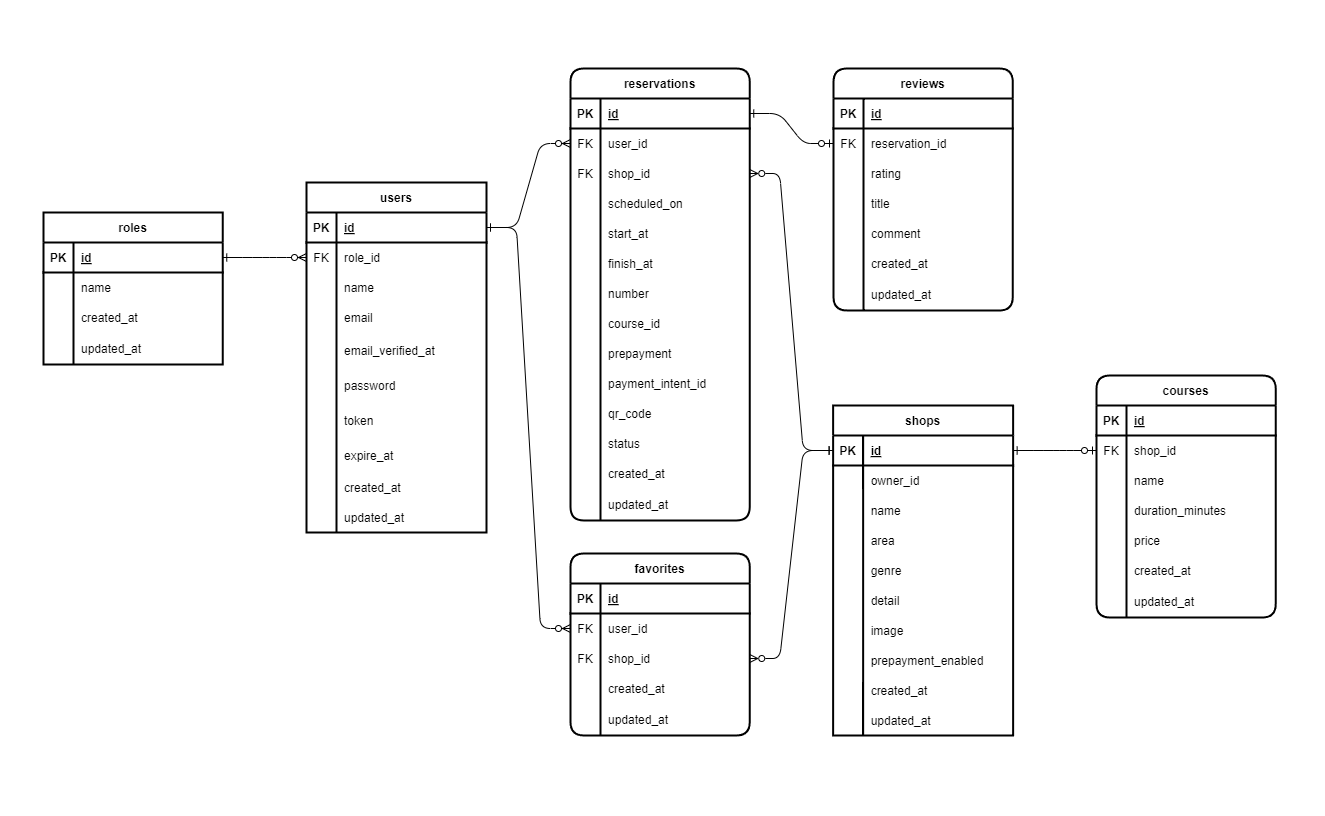
The draw.io diagram er_rese.png in YoshidaChiharu/Rese_20250316, before a commit. Source tidied: cells renumbered, new cells last; positions are measured from the earlier drawing's top-left corner, leaving out a move shared by most shapes.
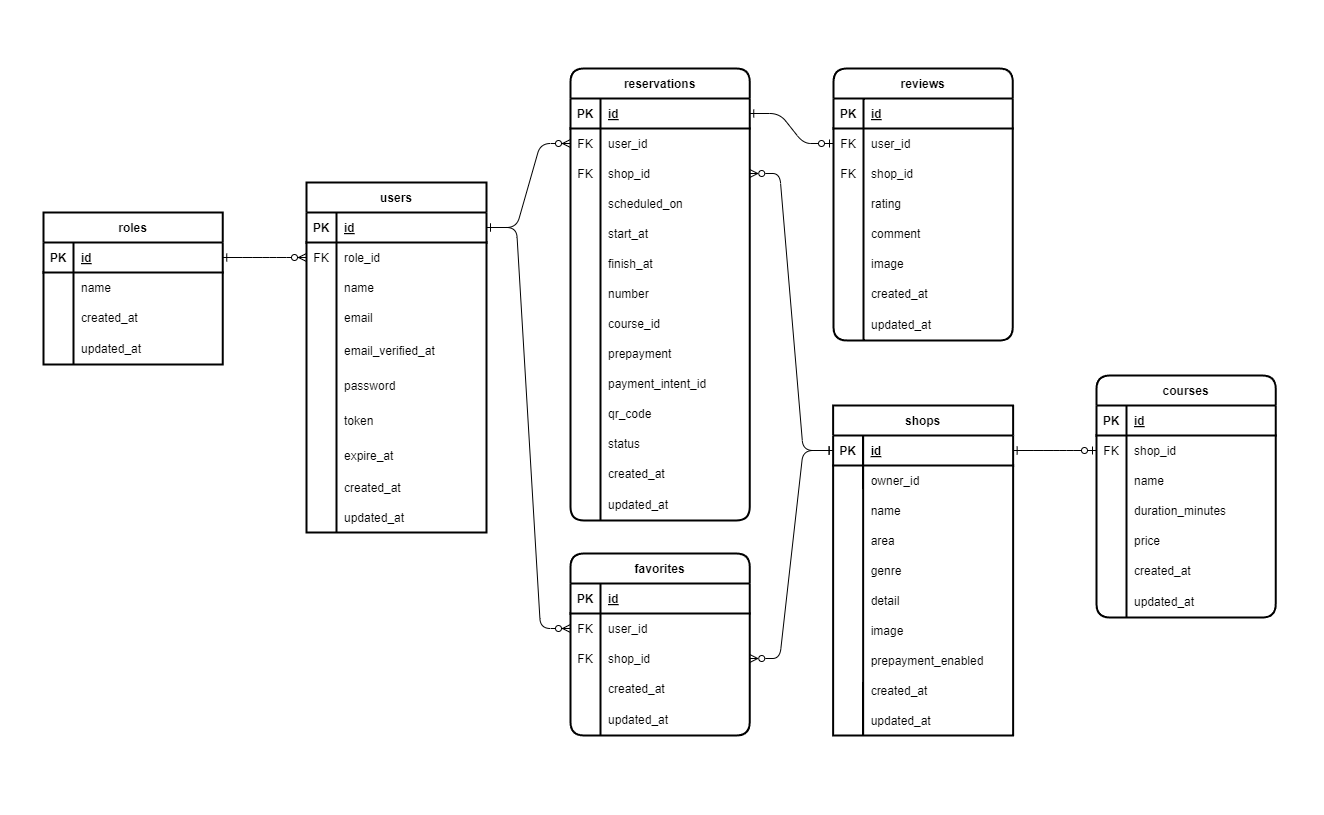
The same diagram one commit later.

Change to the diagram source:
```diff
@@ -381,7 +381,7 @@
       <mxGeometry relative="1" as="geometry" />
     </mxCell>
     <mxCell id="128" value="reviews" style="shape=table;startSize=30;rowLines=0;fontStyle=1;align=center;strokeColor=#000000;strokeWidth=2;fontColor=#000000;fillColor=none;rounded=1;swimlaneLine=1;" parent="1" vertex="1">
-      <mxGeometry x="833" y="68" width="179.2" height="242" as="geometry" />
+      <mxGeometry x="833" y="68" width="179.2" height="272" as="geometry" />
     </mxCell>
     <mxCell id="129" style="shape=tableRow;horizontal=0;startSize=0;swimlaneHead=0;swimlaneBody=0;fillColor=none;top=0;left=0;right=0;bottom=1;strokeColor=#000000;strokeWidth=2;fontColor=#000000;" parent="128" vertex="1">
       <mxGeometry y="30" width="179.2" height="30" as="geometry" />
@@ -398,11 +398,20 @@
     <mxCell id="133" value="FK" style="shape=partialRectangle;fillColor=none;top=0;left=0;bottom=0;right=0;overflow=hidden;strokeColor=#000000;strokeWidth=2;fontColor=#000000;" parent="132" vertex="1">
       <mxGeometry width="30" height="30" as="geometry" />
     </mxCell>
-    <mxCell id="134" value="reservation_id" style="shape=partialRectangle;fillColor=none;top=0;left=0;bottom=0;right=0;align=left;spacingLeft=6;overflow=hidden;strokeColor=#000000;strokeWidth=2;fontColor=#000000;" parent="132" vertex="1">
+    <mxCell id="134" value="user_id" style="shape=partialRectangle;fillColor=none;top=0;left=0;bottom=0;right=0;align=left;spacingLeft=6;overflow=hidden;strokeColor=#000000;strokeWidth=2;fontColor=#000000;" parent="132" vertex="1">
       <mxGeometry x="30" width="149.2" height="30" as="geometry" />
     </mxCell>
+    <mxCell id="188" style="shape=tableRow;horizontal=0;startSize=0;swimlaneHead=0;swimlaneBody=0;fillColor=none;top=0;left=0;right=0;bottom=0;strokeColor=#000000;strokeWidth=2;fontColor=#000000;" parent="128" vertex="1">
+      <mxGeometry y="90" width="179.2" height="30" as="geometry" />
+    </mxCell>
+    <mxCell id="189" value="FK" style="shape=partialRectangle;fillColor=none;top=0;left=0;bottom=0;right=0;overflow=hidden;strokeColor=#000000;strokeWidth=2;fontColor=#000000;" parent="188" vertex="1">
+      <mxGeometry width="30" height="30" as="geometry" />
+    </mxCell>
+    <mxCell id="190" value="shop_id" style="shape=partialRectangle;fillColor=none;top=0;left=0;bottom=0;right=0;align=left;spacingLeft=6;overflow=hidden;strokeColor=#000000;strokeWidth=2;fontColor=#000000;" parent="188" vertex="1">
+      <mxGeometry x="30" width="149.2" height="30" as="geometry" />
+    </mxCell>
     <mxCell id="135" style="shape=tableRow;horizontal=0;startSize=0;swimlaneHead=0;swimlaneBody=0;fillColor=none;top=0;left=0;right=0;bottom=0;strokeColor=#000000;strokeWidth=2;fontColor=#000000;" parent="128" vertex="1">
-      <mxGeometry y="90" width="179.2" height="30" as="geometry" />
+      <mxGeometry y="120" width="179.2" height="30" as="geometry" />
     </mxCell>
     <mxCell id="136" style="shape=partialRectangle;fillColor=none;top=0;left=0;bottom=0;right=0;overflow=hidden;strokeColor=#000000;strokeWidth=2;fontColor=#000000;" parent="135" vertex="1">
       <mxGeometry width="30" height="30" as="geometry" />
@@ -411,25 +420,25 @@
       <mxGeometry x="30" width="149.2" height="30" as="geometry" />
     </mxCell>
     <mxCell id="138" style="shape=tableRow;horizontal=0;startSize=0;swimlaneHead=0;swimlaneBody=0;fillColor=none;top=0;left=0;right=0;bottom=0;strokeColor=#000000;strokeWidth=2;fontColor=#000000;" parent="128" vertex="1">
-      <mxGeometry y="120" width="179.2" height="30" as="geometry" />
+      <mxGeometry y="150" width="179.2" height="30" as="geometry" />
     </mxCell>
     <mxCell id="139" style="shape=partialRectangle;fillColor=none;top=0;left=0;bottom=0;right=0;overflow=hidden;strokeColor=#000000;strokeWidth=2;fontColor=#000000;" parent="138" vertex="1">
       <mxGeometry width="30" height="30" as="geometry" />
     </mxCell>
-    <mxCell id="140" value="title" style="shape=partialRectangle;fillColor=none;top=0;left=0;bottom=0;right=0;align=left;spacingLeft=6;overflow=hidden;strokeColor=#000000;strokeWidth=2;fontColor=#000000;" parent="138" vertex="1">
+    <mxCell id="140" value="comment" style="shape=partialRectangle;fillColor=none;top=0;left=0;bottom=0;right=0;align=left;spacingLeft=6;overflow=hidden;strokeColor=#000000;strokeWidth=2;fontColor=#000000;" parent="138" vertex="1">
       <mxGeometry x="30" width="149.2" height="30" as="geometry" />
     </mxCell>
     <mxCell id="141" style="shape=tableRow;horizontal=0;startSize=0;swimlaneHead=0;swimlaneBody=0;fillColor=none;top=0;left=0;right=0;bottom=0;strokeColor=#000000;strokeWidth=2;fontColor=#000000;" parent="128" vertex="1">
-      <mxGeometry y="150" width="179.2" height="30" as="geometry" />
+      <mxGeometry y="180" width="179.2" height="30" as="geometry" />
     </mxCell>
     <mxCell id="142" style="shape=partialRectangle;fillColor=none;top=0;left=0;bottom=0;right=0;overflow=hidden;strokeColor=#000000;strokeWidth=2;fontColor=#000000;" parent="141" vertex="1">
       <mxGeometry width="30" height="30" as="geometry" />
     </mxCell>
-    <mxCell id="143" value="comment" style="shape=partialRectangle;fillColor=none;top=0;left=0;bottom=0;right=0;align=left;spacingLeft=6;overflow=hidden;strokeColor=#000000;strokeWidth=2;fontColor=#000000;" parent="141" vertex="1">
+    <mxCell id="143" value="image" style="shape=partialRectangle;fillColor=none;top=0;left=0;bottom=0;right=0;align=left;spacingLeft=6;overflow=hidden;strokeColor=#000000;strokeWidth=2;fontColor=#000000;" parent="141" vertex="1">
       <mxGeometry x="30" width="149.2" height="30" as="geometry" />
     </mxCell>
     <mxCell id="144" style="shape=tableRow;horizontal=0;startSize=0;swimlaneHead=0;swimlaneBody=0;fillColor=none;top=0;left=0;right=0;bottom=0;strokeColor=#000000;strokeWidth=2;fontColor=#000000;" parent="128" vertex="1">
-      <mxGeometry y="180" width="179.2" height="30" as="geometry" />
+      <mxGeometry y="210" width="179.2" height="30" as="geometry" />
     </mxCell>
     <mxCell id="145" style="shape=partialRectangle;fillColor=none;top=0;left=0;bottom=0;right=0;overflow=hidden;strokeColor=#000000;strokeWidth=2;fontColor=#000000;" parent="144" vertex="1">
       <mxGeometry width="30" height="30" as="geometry" />
@@ -438,7 +447,7 @@
       <mxGeometry x="30" width="149.2" height="30" as="geometry" />
     </mxCell>
     <mxCell id="147" style="shape=tableRow;horizontal=0;startSize=0;swimlaneHead=0;swimlaneBody=0;fillColor=none;top=0;left=0;right=0;bottom=0;strokeColor=#000000;strokeWidth=2;fontColor=#000000;" parent="128" vertex="1">
-      <mxGeometry y="210" width="179.2" height="32" as="geometry" />
+      <mxGeometry y="240" width="179.2" height="32" as="geometry" />
     </mxCell>
     <mxCell id="148" style="shape=partialRectangle;fillColor=none;top=0;left=0;bottom=0;right=0;overflow=hidden;strokeColor=#000000;strokeWidth=2;fontColor=#000000;" parent="147" vertex="1">
       <mxGeometry width="30" height="32" as="geometry" />
```
